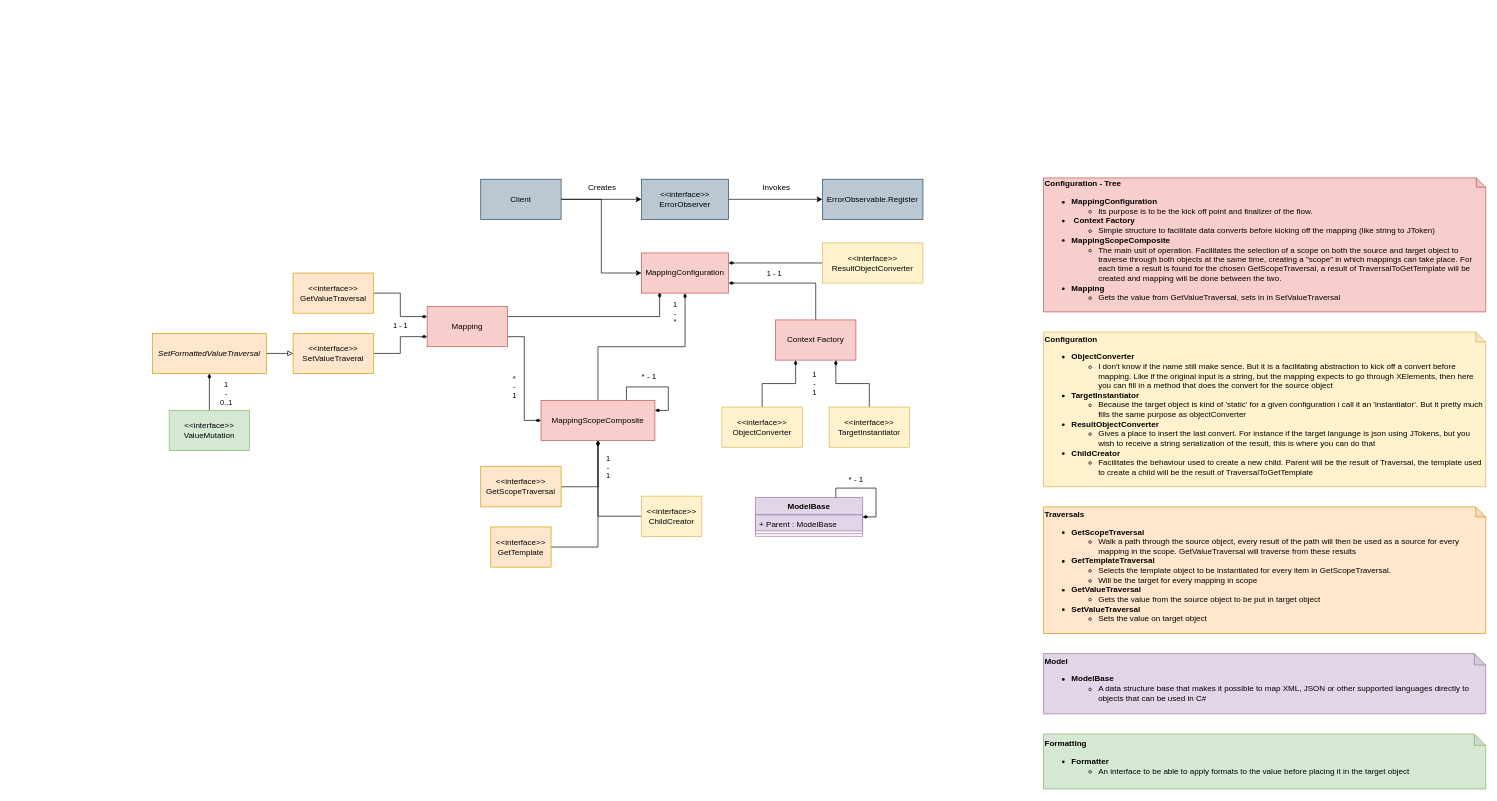
The draw.io diagram Mapping.drawio in DaveyvanTilburg/AdaptableMapper, before the edit. Source tidied: cells renumbered, new cells numbered last; positions are measured from the earlier drawing's top-left corner, leaving out a move shared by most shapes. Both pictures are drawn from the tidied source at 67%, with x=0, y=0 at pixel (152, 178).
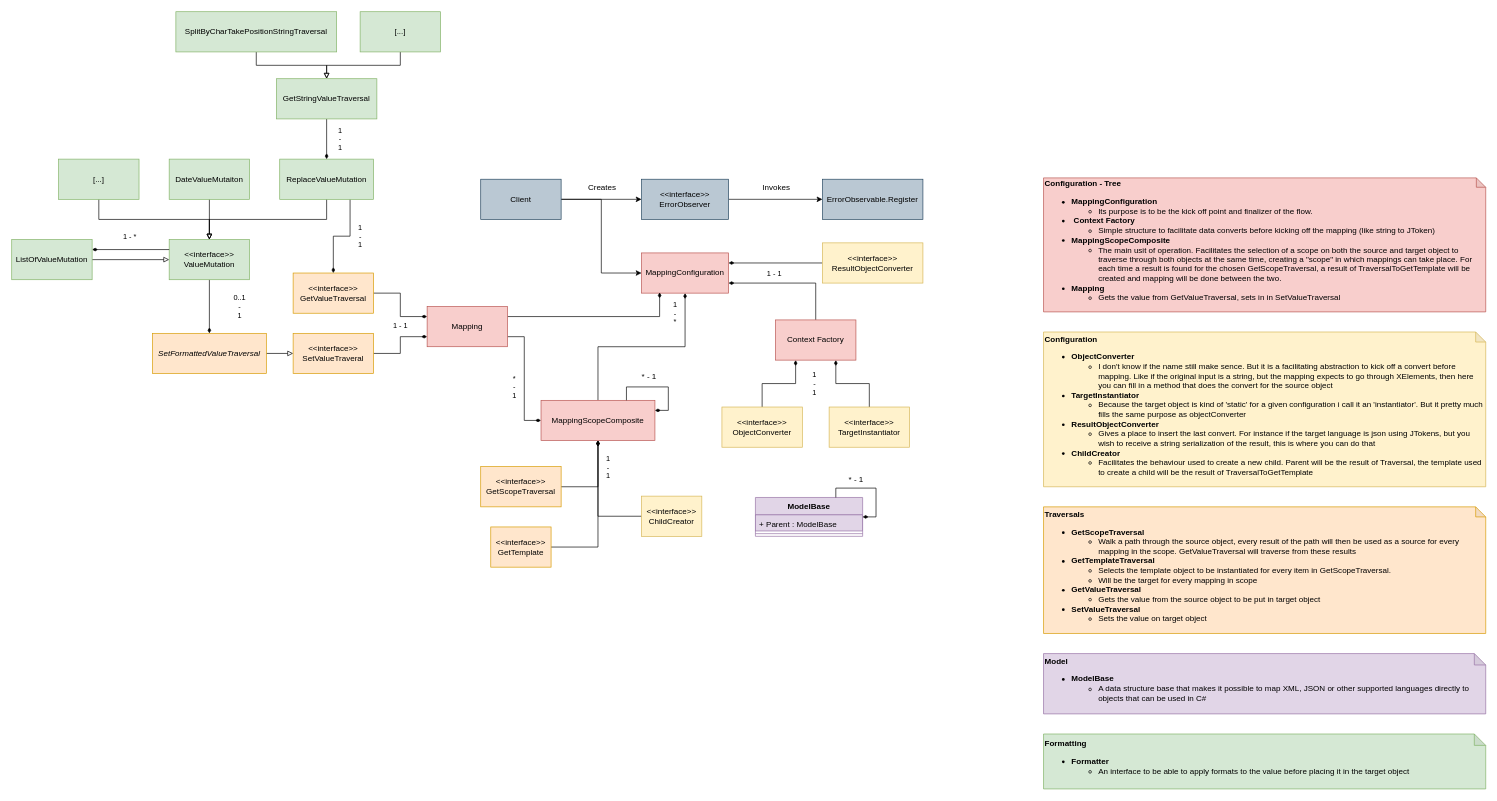
The same diagram, later.

Unchanged cells that the change refers to:
```xml
<mxCell id="42" value="&amp;lt;&amp;lt;interface&amp;gt;&amp;gt;&lt;br&gt;GetValueTraversal" style="rounded=0;whiteSpace=wrap;html=1;fillColor=#ffe6cc;strokeColor=#d79b00;" parent="1" vertex="1">
  <mxGeometry x="210" y="142" width="120" height="60" as="geometry" />
</mxCell>
<mxCell id="46" value="&lt;i&gt;SetFormattedValueTraversal&lt;/i&gt;" style="rounded=0;whiteSpace=wrap;html=1;fillColor=#ffe6cc;strokeColor=#d79b00;" parent="1" vertex="1">
  <mxGeometry y="232" width="170" height="60" as="geometry" />
</mxCell>
```

Diff of the diagram source:
```diff
@@
-    <mxCell id="45" value="1&lt;br&gt;-&lt;br&gt;0..1" style="edgeStyle=orthogonalEdgeStyle;rounded=0;jettySize=auto;html=1;exitX=0.5;exitY=1;exitDx=0;exitDy=0;entryX=0.5;entryY=0;entryDx=0;entryDy=0;endArrow=none;endFill=0;startArrow=diamondThin;startFill=1;" parent="1" edge="1" source="46" target="48">
-      <mxGeometry x="0.08" y="25" relative="1" as="geometry" />
+    <mxCell id="45" value="0..1&lt;br&gt;-&lt;br&gt;1" style="edgeStyle=orthogonalEdgeStyle;rounded=0;jettySize=auto;html=1;exitX=0.5;exitY=0;exitDx=0;exitDy=0;entryX=0.5;entryY=1;entryDx=0;entryDy=0;endArrow=none;endFill=0;startArrow=diamondThin;startFill=1;" parent="1" edge="1" source="46" target="48">
+      <mxGeometry y="-45" relative="1" as="geometry" />
     </mxCell>
@@
     <mxCell id="48" value="&amp;lt;&amp;lt;interface&amp;gt;&amp;gt;&lt;br&gt;ValueMutation" style="rounded=0;whiteSpace=wrap;html=1;fillColor=#d5e8d4;strokeColor=#82b366;" parent="1" vertex="1">
-      <mxGeometry x="25" y="347" width="120" height="60" as="geometry" />
+      <mxGeometry x="25" y="92" width="120" height="60" as="geometry" />
     </mxCell>
@@
+    <mxCell id="50" style="edgeStyle=orthogonalEdgeStyle;rounded=0;jettySize=auto;html=1;exitX=0.5;exitY=1;exitDx=0;exitDy=0;endArrow=block;endFill=0;" parent="1" edge="1" source="51" target="48">
+      <mxGeometry relative="1" as="geometry" />
+    </mxCell>
+    <mxCell id="51" value="DateValueMutaiton" style="rounded=0;whiteSpace=wrap;html=1;fillColor=#d5e8d4;strokeColor=#82b366;" parent="1" vertex="1">
+      <mxGeometry x="25" y="-28" width="120" height="60" as="geometry" />
+    </mxCell>
+    <mxCell id="52" style="edgeStyle=orthogonalEdgeStyle;rounded=0;jettySize=auto;html=1;entryX=0;entryY=0.5;entryDx=0;entryDy=0;endArrow=block;endFill=0;exitX=1;exitY=0.5;exitDx=0;exitDy=0;" parent="1" edge="1" source="54" target="48">
+      <mxGeometry relative="1" as="geometry" />
+    </mxCell>
+    <mxCell id="53" value="1 - *" style="edgeStyle=orthogonalEdgeStyle;rounded=0;jettySize=auto;html=1;exitX=0;exitY=0.25;exitDx=0;exitDy=0;endArrow=diamondThin;endFill=1;entryX=1;entryY=0.25;entryDx=0;entryDy=0;" parent="1" edge="1" source="48" target="54">
+      <mxGeometry x="0.03" y="-20" relative="1" as="geometry" />
+    </mxCell>
+    <mxCell id="54" value="ListOfValueMutation" style="rounded=0;whiteSpace=wrap;html=1;fillColor=#d5e8d4;strokeColor=#82b366;" parent="1" vertex="1">
+      <mxGeometry x="-210" y="92" width="120" height="60" as="geometry" />
+    </mxCell>
+    <mxCell id="55" style="edgeStyle=orthogonalEdgeStyle;rounded=0;jettySize=auto;html=1;exitX=0.5;exitY=1;exitDx=0;exitDy=0;entryX=0.5;entryY=0;entryDx=0;entryDy=0;endArrow=block;endFill=0;" parent="1" edge="1" source="56" target="48">
+      <mxGeometry relative="1" as="geometry" />
+    </mxCell>
+    <mxCell id="56" value="[...]" style="rounded=0;whiteSpace=wrap;html=1;fillColor=#d5e8d4;strokeColor=#82b366;" parent="1" vertex="1">
+      <mxGeometry x="-140" y="-28" width="120" height="60" as="geometry" />
+    </mxCell>
+    <mxCell id="57" style="edgeStyle=orthogonalEdgeStyle;rounded=0;jettySize=auto;html=1;exitX=0.5;exitY=1;exitDx=0;exitDy=0;entryX=0.5;entryY=0;entryDx=0;entryDy=0;endArrow=block;endFill=0;" parent="1" edge="1" source="59" target="48">
+      <mxGeometry relative="1" as="geometry" />
+    </mxCell>
+    <mxCell id="58" value="1&lt;br&gt;-&lt;br&gt;1" style="edgeStyle=orthogonalEdgeStyle;rounded=0;jettySize=auto;html=1;exitX=0.75;exitY=1;exitDx=0;exitDy=0;entryX=0.5;entryY=0;entryDx=0;entryDy=0;endArrow=diamondThin;endFill=1;" parent="1" edge="1" source="59" target="42">
+      <mxGeometry x="-0.19" y="15" relative="1" as="geometry">
+        <mxPoint x="15" y="-15" as="offset" />
+      </mxGeometry>
+    </mxCell>
+    <mxCell id="59" value="ReplaceValueMutation" style="rounded=0;whiteSpace=wrap;html=1;fillColor=#d5e8d4;strokeColor=#82b366;" parent="1" vertex="1">
+      <mxGeometry x="190" y="-28" width="140" height="60" as="geometry" />
+    </mxCell>
+    <mxCell id="60" value="1&lt;br&gt;-&lt;br&gt;1" style="edgeStyle=orthogonalEdgeStyle;rounded=0;jettySize=auto;html=1;exitX=0.5;exitY=1;exitDx=0;exitDy=0;entryX=0.5;entryY=0;entryDx=0;entryDy=0;endArrow=diamondThin;endFill=1;" parent="1" edge="1" source="61" target="59">
+      <mxGeometry y="20" relative="1" as="geometry" />
+    </mxCell>
+    <mxCell id="61" value="GetStringValueTraversal" style="rounded=0;whiteSpace=wrap;html=1;fillColor=#d5e8d4;strokeColor=#82b366;" parent="1" vertex="1">
+      <mxGeometry x="185" y="-148" width="150" height="60" as="geometry" />
+    </mxCell>
+    <mxCell id="62" style="edgeStyle=orthogonalEdgeStyle;rounded=0;jettySize=auto;html=1;exitX=0.5;exitY=1;exitDx=0;exitDy=0;entryX=0.5;entryY=0;entryDx=0;entryDy=0;endArrow=block;endFill=0;" parent="1" edge="1" source="63" target="61">
+      <mxGeometry relative="1" as="geometry" />
+    </mxCell>
+    <mxCell id="63" value="SplitByCharTakePositionStringTraversal" style="rounded=0;whiteSpace=wrap;html=1;fillColor=#d5e8d4;strokeColor=#82b366;" parent="1" vertex="1">
+      <mxGeometry x="35" y="-248" width="240" height="60" as="geometry" />
+    </mxCell>
+    <mxCell id="64" style="edgeStyle=orthogonalEdgeStyle;rounded=0;jettySize=auto;html=1;exitX=0.5;exitY=1;exitDx=0;exitDy=0;entryX=0.5;entryY=0;entryDx=0;entryDy=0;endArrow=block;endFill=0;" parent="1" edge="1" source="65" target="61">
+      <mxGeometry relative="1" as="geometry" />
+    </mxCell>
+    <mxCell id="65" value="[...]" style="rounded=0;whiteSpace=wrap;html=1;fillColor=#d5e8d4;strokeColor=#82b366;" parent="1" vertex="1">
+      <mxGeometry x="310" y="-248" width="120" height="60" as="geometry" />
+    </mxCell>
```
